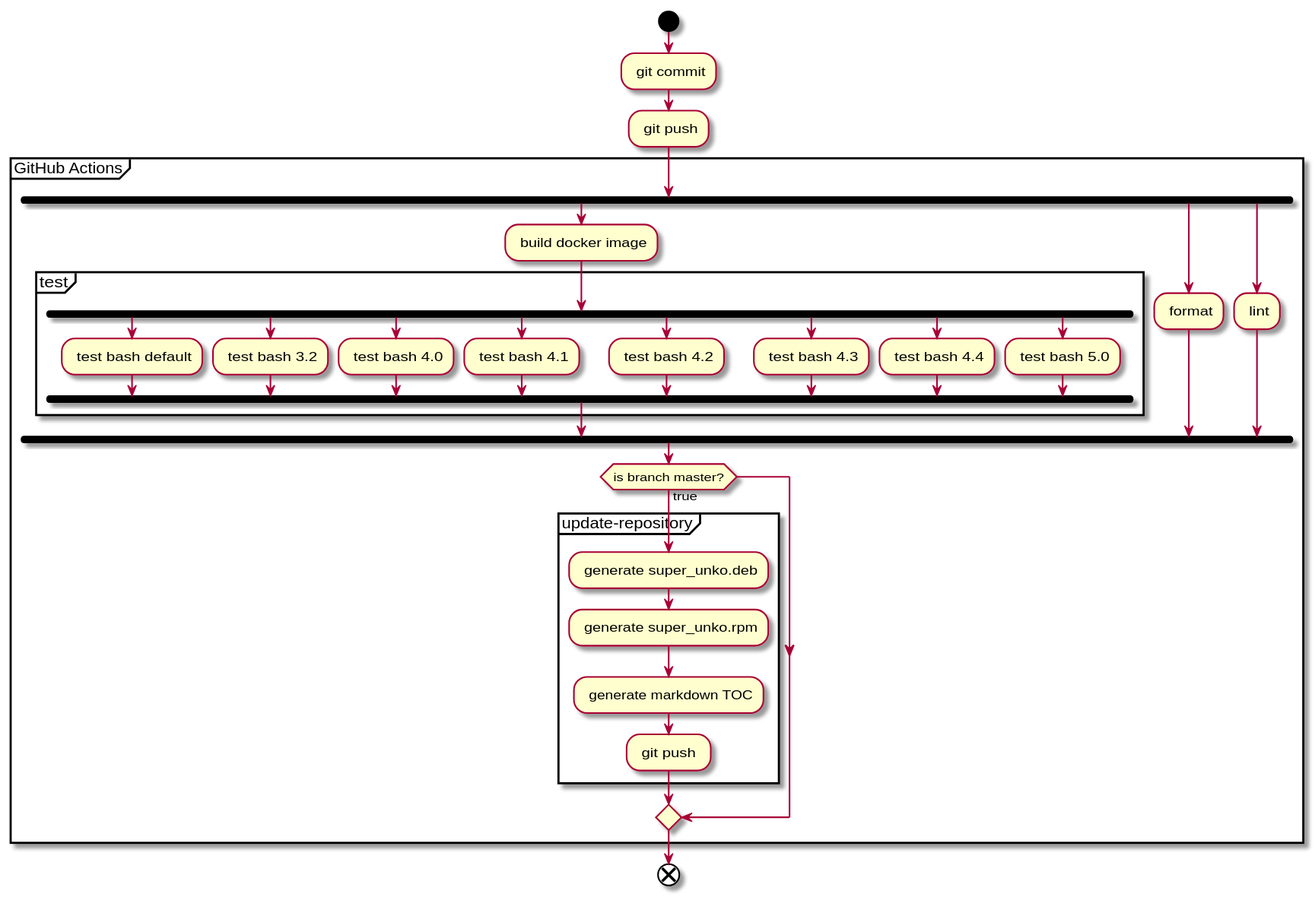
This is doc/ci-push.svg from unkontributors/super_unko, a PlantUML export, as it was before one commit.
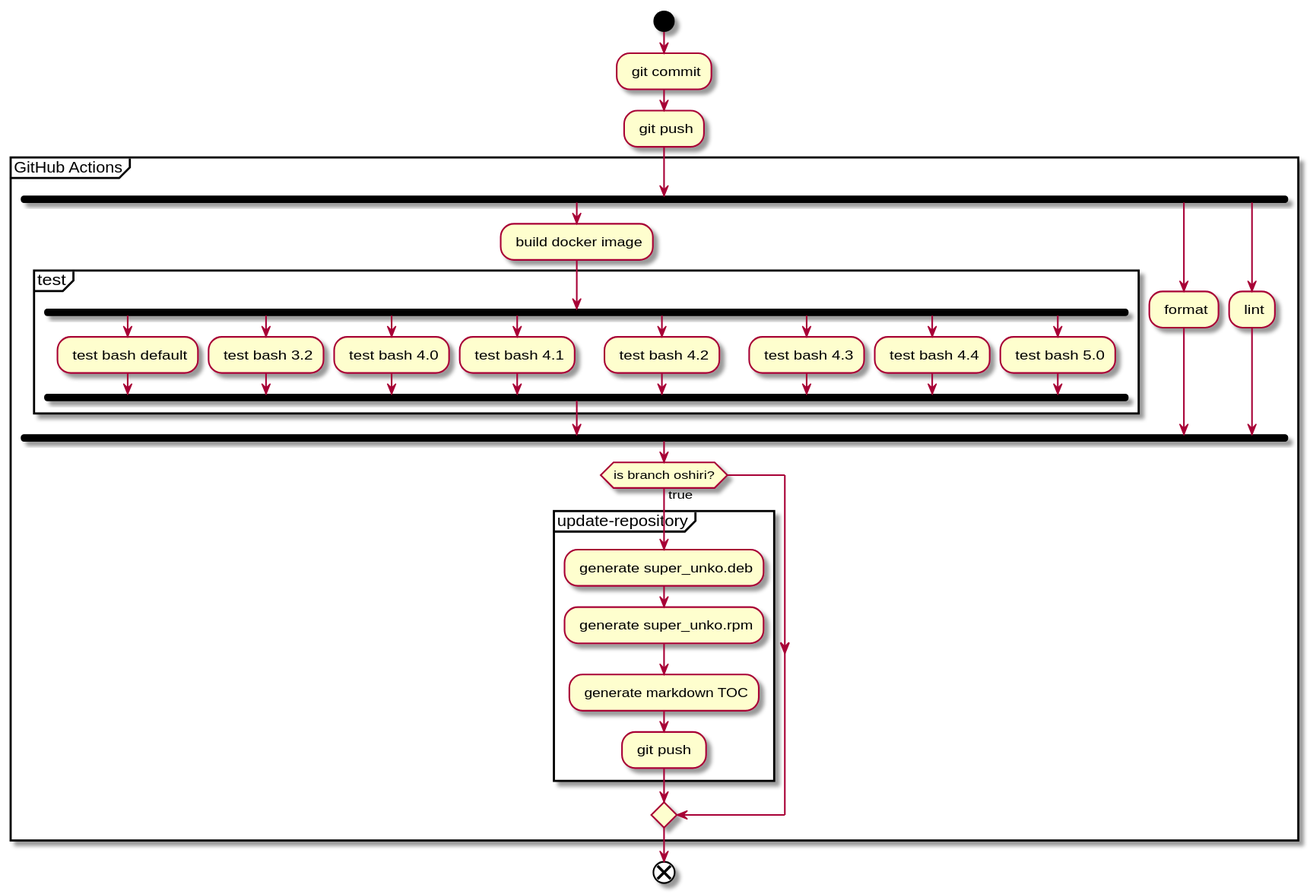
The same diagram one commit later.

Commit message:
java -jar plantuml.jar ci-push.puml -tsvg

Diff of the diagram source:
```diff
@@ -32,7 +32,7 @@
   fork again
     : lint;
   end fork
-  if (is branch master?) then (true)
+  if (is branch oshiri?) then (true)
     partition "update-repository" {
       : generate super_unko.deb;
       : generate super_unko.rpm;
```
